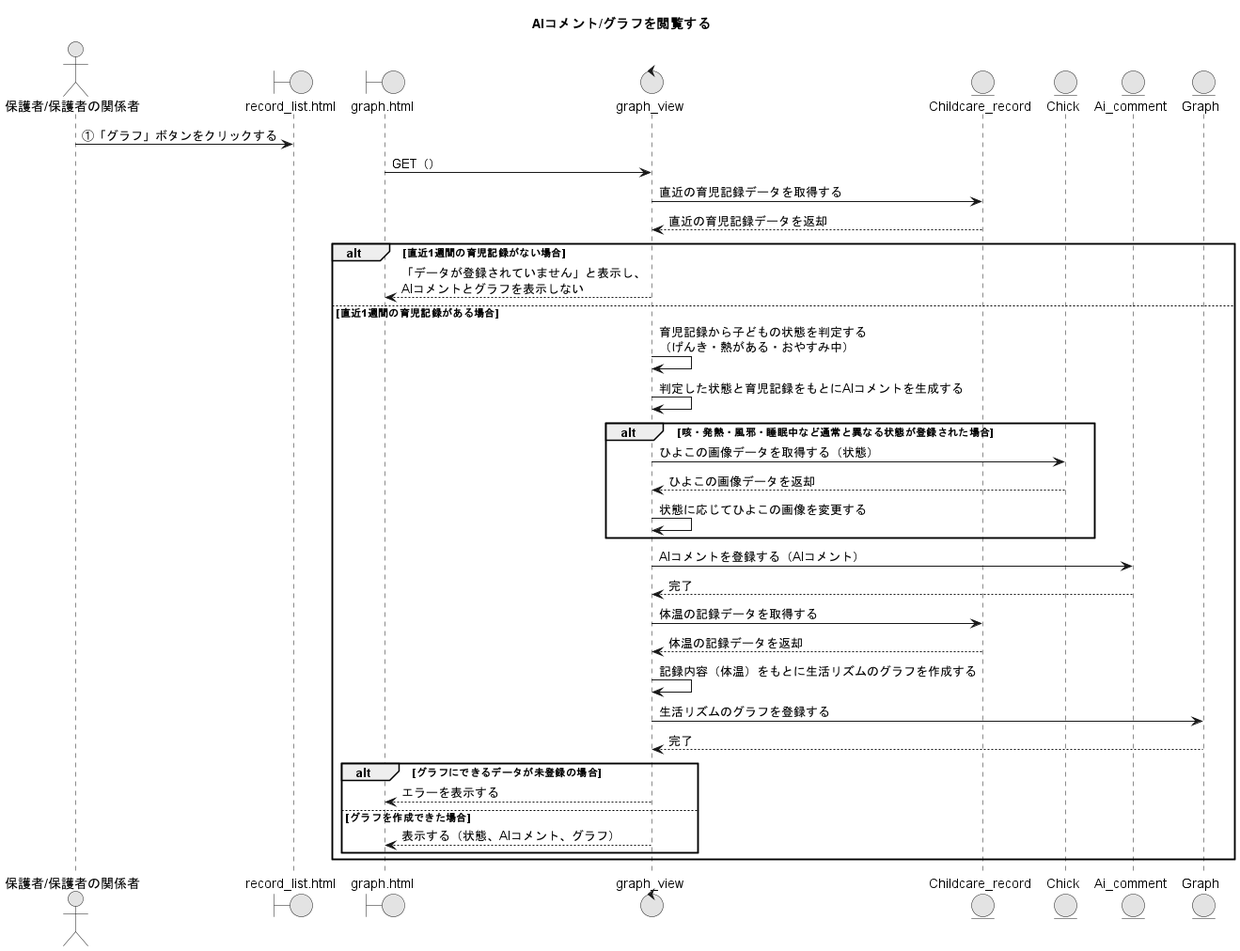
The PlantUML diagram PNG/07_AIコメント・グラフを閲覧する.png in Ma2naga190330/26_sotugyou_puml, before a commit. Its diagram source:
```plantuml
@startuml
title AIコメント/グラフを閲覧する
skinparam defaultFontName "Noto Sans CJK JP"
skinparam monochrome true

actor "保護者/保護者の関係者" as A
boundary "record_list.html" as RLP
boundary "graph.html" as GP
control "graph_view" as GV
entity "Childcare_record" as CRM
entity "Chick" as CHM
entity "Ai_comment" as ACM
entity "Graph" as GM

A -> RLP : ①「グラフ」ボタンをクリックする
GP -> GV : GET（）
GV -> CRM : 直近の育児記録データを取得する
GV <-- CRM : 直近の育児記録データを返却

alt 直近1週間の育児記録がない場合
  GV --> GP : 「データが登録されていません」と表示し、\nAIコメントとグラフを表示しない
else 直近1週間の育児記録がある場合
  GV -> GV : 育児記録から子どもの状態を判定する\n（げんき・熱がある・おやすみ中）
  GV -> GV : 判定した状態と育児記録をもとにAIコメントを生成する
  alt 咳・発熱・風邪・睡眠中など通常と異なる状態が登録された場合
    GV -> CHM : ひよこの画像データを取得する（状態）
    GV <-- CHM : ひよこの画像データを返却
    GV -> GV : 状態に応じてひよこの画像を変更する
  end
  GV -> ACM : AIコメントを登録する（AIコメント）
  GV <-- ACM : 完了
  GV -> CRM : 体温の記録データを取得する
  GV <-- CRM : 体温の記録データを返却
  GV -> GV : 記録内容（体温）をもとに生活リズムのグラフを作成する
  GV -> GM : 生活リズムのグラフを登録する
  GV <-- GM : 完了
  alt グラフにできるデータが未登録の場合
    GV --> GP : エラーを表示する
  else グラフを作成できた場合
    GV --> GP : 表示する（状態、AIコメント、グラフ）
  end
end
@enduml
```
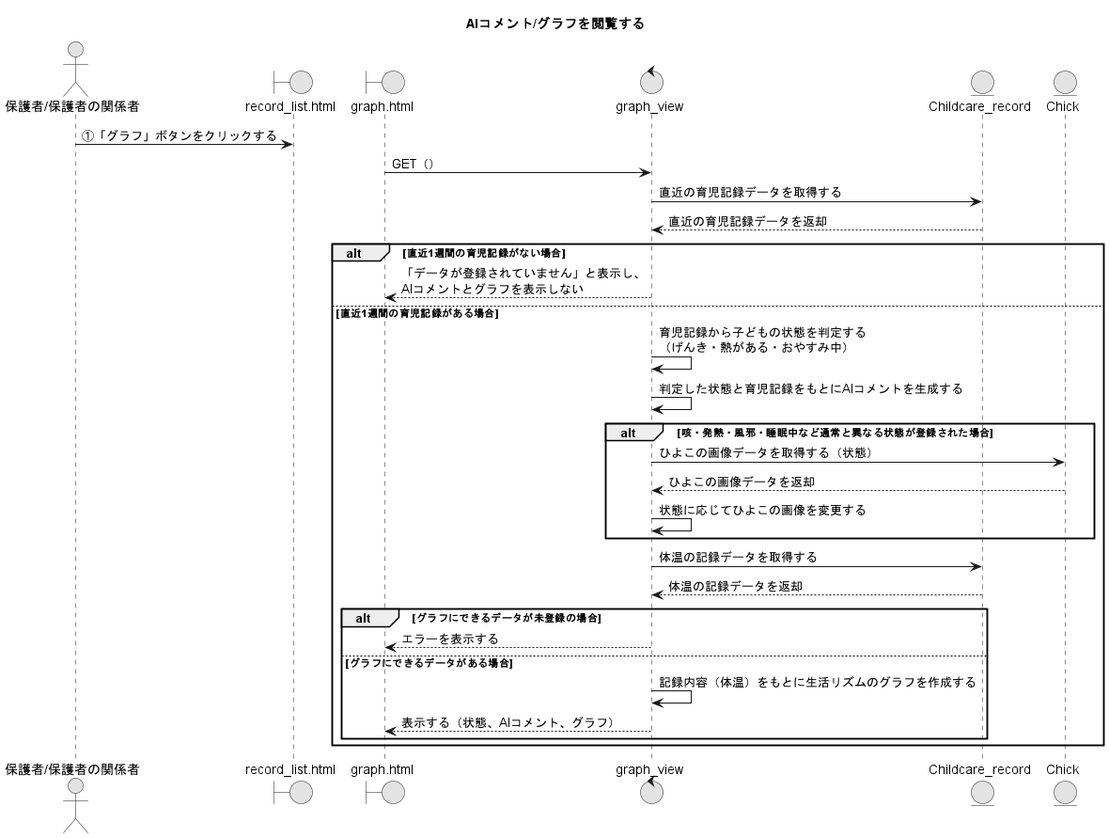
After the change.

Diff of the diagram source:
```diff
@@ -9,8 +9,6 @@
 control "graph_view" as GV
 entity "Childcare_record" as CRM
 entity "Chick" as CHM
-entity "Ai_comment" as ACM
-entity "Graph" as GM
 
 A -> RLP : ①「グラフ」ボタンをクリックする
 GP -> GV : GET（）
@@ -27,16 +25,12 @@
     GV <-- CHM : ひよこの画像データを返却
     GV -> GV : 状態に応じてひよこの画像を変更する
   end
-  GV -> ACM : AIコメントを登録する（AIコメント）
-  GV <-- ACM : 完了
   GV -> CRM : 体温の記録データを取得する
   GV <-- CRM : 体温の記録データを返却
-  GV -> GV : 記録内容（体温）をもとに生活リズムのグラフを作成する
-  GV -> GM : 生活リズムのグラフを登録する
-  GV <-- GM : 完了
   alt グラフにできるデータが未登録の場合
     GV --> GP : エラーを表示する
-  else グラフを作成できた場合
+  else グラフにできるデータがある場合
+    GV -> GV : 記録内容（体温）をもとに生活リズムのグラフを作成する
     GV --> GP : 表示する（状態、AIコメント、グラフ）
   end
 end
```
